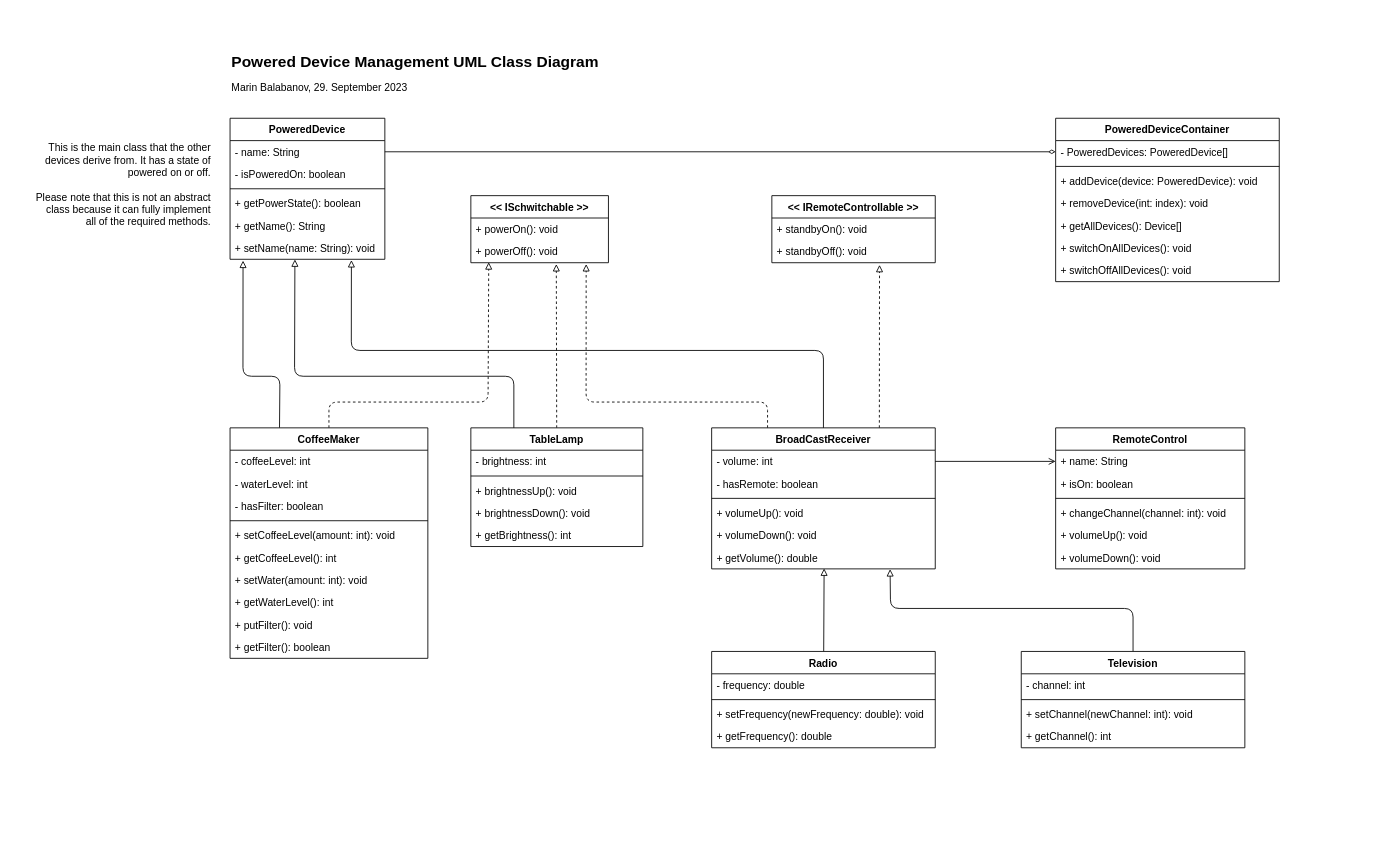
Earlier version of the draw.io diagram DevicesUML.drawio (mbalabanov/Devices). Source tidied: cells renumbered, new cells numbered last; positions are measured from the earlier drawing's top-left corner, leaving out a move shared by most shapes. Both pictures are drawn from the tidied source at 86%, with x=0, y=0 at pixel (15, 49).
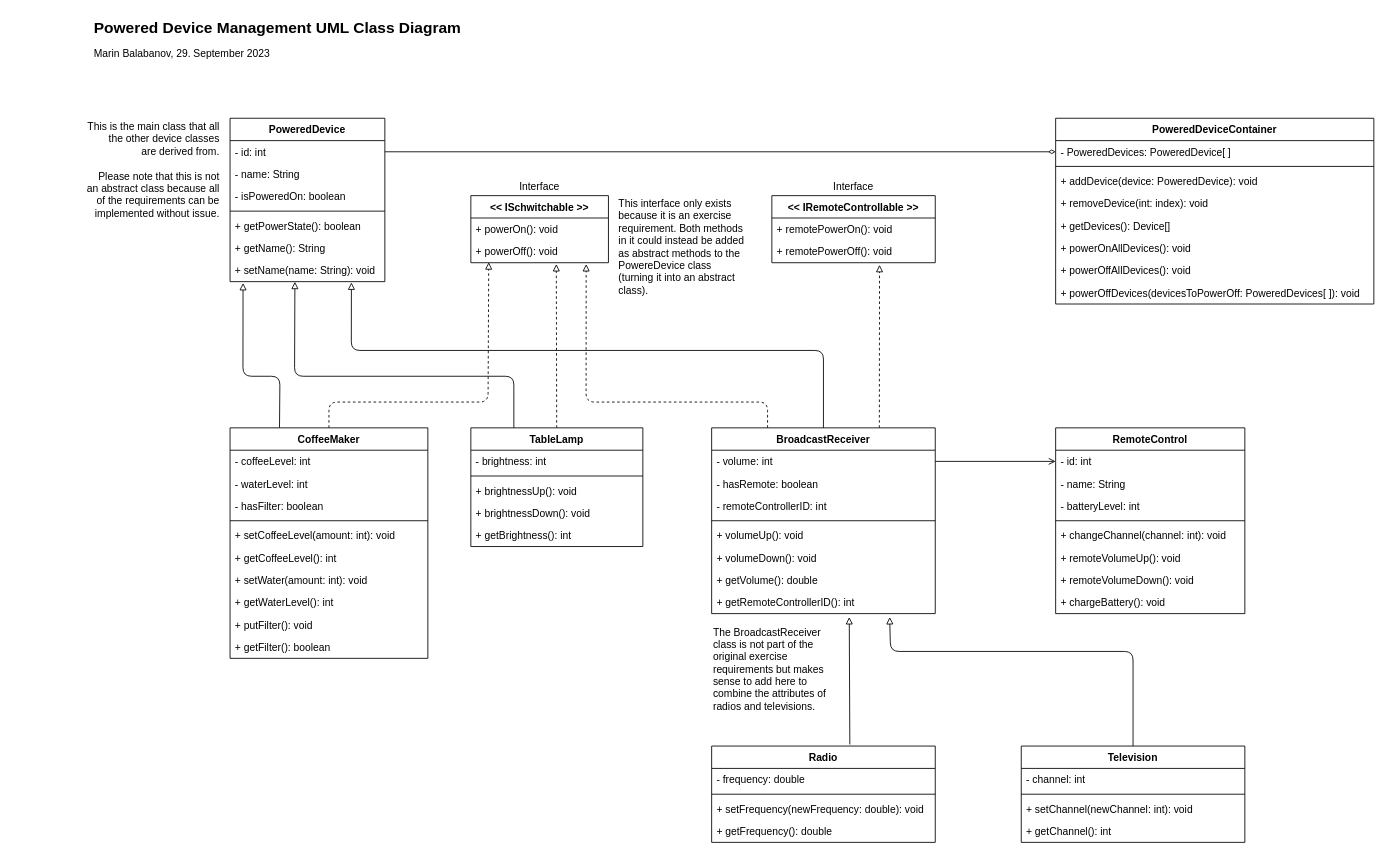
The same diagram, later.

The change refers to these unchanged cells:
```xml
<mxCell id="31" value="- volume: int" style="text;strokeColor=none;fillColor=none;align=left;verticalAlign=top;spacingLeft=4;spacingRight=4;overflow=hidden;points=[[0,0.5],[1,0.5]];portConstraint=eastwest;" parent="30" vertex="1">
  <mxGeometry y="26" width="260" height="26" as="geometry" />
</mxCell>
<mxCell id="60" value="&lt;&lt; IRemoteControllable &gt;&gt;" style="swimlane;fontStyle=1;align=center;verticalAlign=top;horizontal=1;startSize=26;" parent="1" vertex="1">
  <mxGeometry x="880" y="170" width="190" height="78" as="geometry" />
</mxCell>
```

Diff of the diagram source:
```diff
@@
     <mxCell id="2" value="PoweredDevice" style="swimlane;fontStyle=1;align=center;verticalAlign=top;horizontal=1;startSize=26;" parent="1" vertex="1">
-      <mxGeometry x="250" y="80" width="180" height="164" as="geometry" />
+      <mxGeometry x="250" y="80" width="180" height="190" as="geometry" />
     </mxCell>
+    <mxCell id="78" value="- id: int" style="text;strokeColor=none;fillColor=none;align=left;verticalAlign=top;spacingLeft=4;spacingRight=4;overflow=hidden;points=[[0,0.5],[1,0.5]];portConstraint=eastwest;" parent="2" vertex="1">
+      <mxGeometry y="26" width="180" height="26" as="geometry" />
+    </mxCell>
     <mxCell id="3" value="- name: String" style="text;strokeColor=none;fillColor=none;align=left;verticalAlign=top;spacingLeft=4;spacingRight=4;overflow=hidden;points=[[0,0.5],[1,0.5]];portConstraint=eastwest;" parent="2" vertex="1">
-      <mxGeometry y="26" width="180" height="26" as="geometry" />
+      <mxGeometry y="52" width="180" height="26" as="geometry" />
     </mxCell>
     <mxCell id="4" value="- isPoweredOn: boolean" style="text;strokeColor=none;fillColor=none;align=left;verticalAlign=top;spacingLeft=4;spacingRight=4;overflow=hidden;" parent="2" vertex="1">
-      <mxGeometry y="52" width="180" height="26" as="geometry" />
+      <mxGeometry y="78" width="180" height="26" as="geometry" />
     </mxCell>
     <mxCell id="5" style="line;strokeWidth=1;fillColor=none;align=left;verticalAlign=middle;spacingTop=-1;spacingLeft=3;spacingRight=3;labelPosition=right;strokeColor=inherit;" parent="2" vertex="1">
-      <mxGeometry y="78" width="180" height="8" as="geometry" />
+      <mxGeometry y="104" width="180" height="8" as="geometry" />
     </mxCell>
     <mxCell id="6" value="+ getPowerState(): boolean" style="text;strokeColor=none;fillColor=none;align=left;verticalAlign=top;spacingLeft=4;spacingRight=4;overflow=hidden;" parent="2" vertex="1">
-      <mxGeometry y="86" width="180" height="26" as="geometry" />
+      <mxGeometry y="112" width="180" height="26" as="geometry" />
     </mxCell>
     <mxCell id="7" value="+ getName(): String" style="text;strokeColor=none;fillColor=none;align=left;verticalAlign=top;spacingLeft=4;spacingRight=4;overflow=hidden;" parent="2" vertex="1">
-      <mxGeometry y="112" width="180" height="26" as="geometry" />
+      <mxGeometry y="138" width="180" height="26" as="geometry" />
     </mxCell>
     <mxCell id="8" value="+ setName(name: String): void" style="text;strokeColor=none;fillColor=none;align=left;verticalAlign=top;spacingLeft=4;spacingRight=4;overflow=hidden;points=[[0,0.5],[1,0.5]];portConstraint=eastwest;" parent="2" vertex="1">
-      <mxGeometry y="138" width="180" height="26" as="geometry" />
+      <mxGeometry y="164" width="180" height="26" as="geometry" />
     </mxCell>
     <mxCell id="9" value="RemoteControl" style="swimlane;fontStyle=1;align=center;verticalAlign=top;horizontal=1;startSize=26;" parent="1" vertex="1">
-      <mxGeometry x="1210" y="440" width="220" height="164" as="geometry" />
+      <mxGeometry x="1210" y="440" width="220" height="216" as="geometry" />
     </mxCell>
+    <mxCell id="79" value="- id: int" style="text;strokeColor=none;fillColor=none;align=left;verticalAlign=top;spacingLeft=4;spacingRight=4;overflow=hidden;points=[[0,0.5],[1,0.5]];portConstraint=eastwest;" parent="9" vertex="1">
+      <mxGeometry y="26" width="220" height="26" as="geometry" />
+    </mxCell>
-    <mxCell id="10" value="+ name: String" style="text;strokeColor=none;fillColor=none;align=left;verticalAlign=top;spacingLeft=4;spacingRight=4;overflow=hidden;points=[[0,0.5],[1,0.5]];portConstraint=eastwest;" parent="9" vertex="1">
-      <mxGeometry y="26" width="220" height="26" as="geometry" />
+    <mxCell id="10" value="- name: String" style="text;strokeColor=none;fillColor=none;align=left;verticalAlign=top;spacingLeft=4;spacingRight=4;overflow=hidden;points=[[0,0.5],[1,0.5]];portConstraint=eastwest;" parent="9" vertex="1">
+      <mxGeometry y="52" width="220" height="26" as="geometry" />
     </mxCell>
-    <mxCell id="11" value="+ isOn: boolean" style="text;strokeColor=none;fillColor=none;align=left;verticalAlign=top;spacingLeft=4;spacingRight=4;overflow=hidden;" parent="9" vertex="1">
-      <mxGeometry y="52" width="220" height="26" as="geometry" />
+    <mxCell id="11" value="- batteryLevel: int" style="text;strokeColor=none;fillColor=none;align=left;verticalAlign=top;spacingLeft=4;spacingRight=4;overflow=hidden;" parent="9" vertex="1">
+      <mxGeometry y="78" width="220" height="26" as="geometry" />
     </mxCell>
     <mxCell id="12" style="line;strokeWidth=1;fillColor=none;align=left;verticalAlign=middle;spacingTop=-1;spacingLeft=3;spacingRight=3;labelPosition=right;strokeColor=inherit;" parent="9" vertex="1">
-      <mxGeometry y="78" width="220" height="8" as="geometry" />
+      <mxGeometry y="104" width="220" height="8" as="geometry" />
     </mxCell>
     <mxCell id="13" value="+ changeChannel(channel: int): void" style="text;strokeColor=none;fillColor=none;align=left;verticalAlign=top;spacingLeft=4;spacingRight=4;overflow=hidden;" parent="9" vertex="1">
-      <mxGeometry y="86" width="220" height="26" as="geometry" />
+      <mxGeometry y="112" width="220" height="26" as="geometry" />
     </mxCell>
+    <mxCell id="80" value="+ remoteVolumeUp(): void" style="text;strokeColor=none;fillColor=none;align=left;verticalAlign=top;spacingLeft=4;spacingRight=4;overflow=hidden;" parent="9" vertex="1">
+      <mxGeometry y="138" width="220" height="26" as="geometry" />
+    </mxCell>
-    <mxCell id="14" value="+ volumeUp(): void" style="text;strokeColor=none;fillColor=none;align=left;verticalAlign=top;spacingLeft=4;spacingRight=4;overflow=hidden;" parent="9" vertex="1">
-      <mxGeometry y="112" width="220" height="26" as="geometry" />
+    <mxCell id="14" value="+ remoteVolumeDown(): void" style="text;strokeColor=none;fillColor=none;align=left;verticalAlign=top;spacingLeft=4;spacingRight=4;overflow=hidden;" parent="9" vertex="1">
+      <mxGeometry y="164" width="220" height="26" as="geometry" />
     </mxCell>
-    <mxCell id="15" value="+ volumeDown(): void" style="text;strokeColor=none;fillColor=none;align=left;verticalAlign=top;spacingLeft=4;spacingRight=4;overflow=hidden;" parent="9" vertex="1">
-      <mxGeometry y="138" width="220" height="26" as="geometry" />
+    <mxCell id="15" value="+ chargeBattery(): void" style="text;strokeColor=none;fillColor=none;align=left;verticalAlign=top;spacingLeft=4;spacingRight=4;overflow=hidden;" parent="9" vertex="1">
+      <mxGeometry y="190" width="220" height="26" as="geometry" />
     </mxCell>
-    <mxCell id="16" style="edgeStyle=none;html=1;entryX=0.503;entryY=0.98;entryDx=0;entryDy=0;entryPerimeter=0;endArrow=block;endFill=0;" parent="1" edge="1" source="17" target="36">
-      <mxGeometry relative="1" as="geometry" />
+    <mxCell id="16" style="edgeStyle=none;html=1;endArrow=block;endFill=0;exitX=0.618;exitY=-0.017;exitDx=0;exitDy=0;exitPerimeter=0;" parent="1" edge="1" source="17">
+      <mxGeometry relative="1" as="geometry">
+        <mxPoint x="970" y="660" as="targetPoint" />
+      </mxGeometry>
     </mxCell>
     <mxCell id="17" value="Radio" style="swimlane;fontStyle=1;align=center;verticalAlign=top;horizontal=1;startSize=26;" parent="1" vertex="1">
-      <mxGeometry x="810" y="700" width="260" height="112" as="geometry" />
+      <mxGeometry x="810" y="810" width="260" height="112" as="geometry" />
     </mxCell>
@@
-    <mxCell id="22" style="edgeStyle=none;html=1;entryX=0.798;entryY=1.011;entryDx=0;entryDy=0;entryPerimeter=0;endArrow=block;endFill=0;" parent="1" edge="1" source="23" target="36">
+    <mxCell id="22" style="edgeStyle=none;html=1;endArrow=block;endFill=0;" parent="1" edge="1" source="23">
       <mxGeometry relative="1" as="geometry">
+        <mxPoint x="1017" y="660" as="targetPoint" />
         <Array as="points">
-          <mxPoint x="1300" y="650" />
-          <mxPoint x="1018" y="650" />
+          <mxPoint x="1300" y="700" />
+          <mxPoint x="1018" y="700" />
         </Array>
       </mxGeometry>
     </mxCell>
     <mxCell id="23" value="Television" style="swimlane;fontStyle=1;align=center;verticalAlign=top;horizontal=1;startSize=26;" parent="1" vertex="1">
-      <mxGeometry x="1170" y="700" width="260" height="112" as="geometry" />
+      <mxGeometry x="1170" y="810" width="260" height="112" as="geometry" />
     </mxCell>
@@
-    <mxCell id="30" value="BroadCastReceiver" style="swimlane;fontStyle=1;align=center;verticalAlign=top;horizontal=1;startSize=26;" parent="1" vertex="1">
-      <mxGeometry x="810" y="440" width="260" height="164" as="geometry" />
+    <mxCell id="30" value="BroadcastReceiver" style="swimlane;fontStyle=1;align=center;verticalAlign=top;horizontal=1;startSize=26;" parent="1" vertex="1">
+      <mxGeometry x="810" y="440" width="260" height="216" as="geometry" />
     </mxCell>
@@
+    <mxCell id="81" value="- remoteControllerID: int" style="text;strokeColor=none;fillColor=none;align=left;verticalAlign=top;spacingLeft=4;spacingRight=4;overflow=hidden;" parent="30" vertex="1">
+      <mxGeometry y="78" width="260" height="26" as="geometry" />
+    </mxCell>
     <mxCell id="33" style="line;strokeWidth=1;fillColor=none;align=left;verticalAlign=middle;spacingTop=-1;spacingLeft=3;spacingRight=3;labelPosition=right;strokeColor=inherit;" parent="30" vertex="1">
-      <mxGeometry y="78" width="260" height="8" as="geometry" />
+      <mxGeometry y="104" width="260" height="8" as="geometry" />
     </mxCell>
     <mxCell id="34" value="+ volumeUp(): void" style="text;strokeColor=none;fillColor=none;align=left;verticalAlign=top;spacingLeft=4;spacingRight=4;overflow=hidden;" parent="30" vertex="1">
-      <mxGeometry y="86" width="260" height="26" as="geometry" />
+      <mxGeometry y="112" width="260" height="26" as="geometry" />
     </mxCell>
     <mxCell id="35" value="+ volumeDown(): void" style="text;strokeColor=none;fillColor=none;align=left;verticalAlign=top;spacingLeft=4;spacingRight=4;overflow=hidden;" parent="30" vertex="1">
-      <mxGeometry y="112" width="260" height="26" as="geometry" />
+      <mxGeometry y="138" width="260" height="26" as="geometry" />
     </mxCell>
     <mxCell id="36" value="+ getVolume(): double" style="text;strokeColor=none;fillColor=none;align=left;verticalAlign=top;spacingLeft=4;spacingRight=4;overflow=hidden;points=[[0,0.5],[1,0.5]];portConstraint=eastwest;" parent="30" vertex="1">
-      <mxGeometry y="138" width="260" height="26" as="geometry" />
+      <mxGeometry y="164" width="260" height="26" as="geometry" />
     </mxCell>
+    <mxCell id="82" value="+ getRemoteControllerID(): int" style="text;strokeColor=none;fillColor=none;align=left;verticalAlign=top;spacingLeft=4;spacingRight=4;overflow=hidden;" parent="30" vertex="1">
+      <mxGeometry y="190" width="260" height="26" as="geometry" />
+    </mxCell>
@@
-    <mxCell id="61" value="+ standbyOn(): void" style="text;strokeColor=none;fillColor=none;align=left;verticalAlign=top;spacingLeft=4;spacingRight=4;overflow=hidden;" parent="60" vertex="1">
+    <mxCell id="61" value="+ remotePowerOn(): void" style="text;strokeColor=none;fillColor=none;align=left;verticalAlign=top;spacingLeft=4;spacingRight=4;overflow=hidden;" parent="60" vertex="1">
       <mxGeometry y="26" width="190" height="26" as="geometry" />
     </mxCell>
-    <mxCell id="62" value="+ standbyOff(): void" style="text;strokeColor=none;fillColor=none;align=left;verticalAlign=top;spacingLeft=4;spacingRight=4;overflow=hidden;points=[[0,0.5],[1,0.5]];portConstraint=eastwest;" parent="60" vertex="1">
+    <mxCell id="62" value="+ remotePowerOff(): void" style="text;strokeColor=none;fillColor=none;align=left;verticalAlign=top;spacingLeft=4;spacingRight=4;overflow=hidden;points=[[0,0.5],[1,0.5]];portConstraint=eastwest;" parent="60" vertex="1">
       <mxGeometry y="52" width="190" height="26" as="geometry" />
     </mxCell>
     <mxCell id="63" value="PoweredDeviceContainer" style="swimlane;fontStyle=1;align=center;verticalAlign=top;horizontal=1;startSize=26;" parent="1" vertex="1">
-      <mxGeometry x="1210" y="80" width="260" height="190" as="geometry" />
+      <mxGeometry x="1210" y="80" width="370" height="216" as="geometry" />
     </mxCell>
-    <mxCell id="64" value="- PoweredDevices: PoweredDevice[]" style="text;strokeColor=none;fillColor=none;align=left;verticalAlign=top;spacingLeft=4;spacingRight=4;overflow=hidden;points=[[0,0.5],[1,0.5]];portConstraint=eastwest;" parent="63" vertex="1">
-      <mxGeometry y="26" width="260" height="26" as="geometry" />
+    <mxCell id="64" value="- PoweredDevices: PoweredDevice[ ]" style="text;strokeColor=none;fillColor=none;align=left;verticalAlign=top;spacingLeft=4;spacingRight=4;overflow=hidden;points=[[0,0.5],[1,0.5]];portConstraint=eastwest;" parent="63" vertex="1">
+      <mxGeometry y="26" width="370" height="26" as="geometry" />
     </mxCell>
     <mxCell id="65" style="line;strokeWidth=1;fillColor=none;align=left;verticalAlign=middle;spacingTop=-1;spacingLeft=3;spacingRight=3;labelPosition=right;strokeColor=inherit;" parent="63" vertex="1">
-      <mxGeometry y="52" width="260" height="8" as="geometry" />
+      <mxGeometry y="52" width="370" height="8" as="geometry" />
     </mxCell>
     <mxCell id="66" value="+ addDevice(device: PoweredDevice): void" style="text;strokeColor=none;fillColor=none;align=left;verticalAlign=top;spacingLeft=4;spacingRight=4;overflow=hidden;" parent="63" vertex="1">
-      <mxGeometry y="60" width="260" height="26" as="geometry" />
+      <mxGeometry y="60" width="370" height="26" as="geometry" />
     </mxCell>
     <mxCell id="67" value="+ removeDevice(int: index): void" style="text;strokeColor=none;fillColor=none;align=left;verticalAlign=top;spacingLeft=4;spacingRight=4;overflow=hidden;" parent="63" vertex="1">
-      <mxGeometry y="86" width="260" height="26" as="geometry" />
+      <mxGeometry y="86" width="370" height="26" as="geometry" />
     </mxCell>
-    <mxCell id="68" value="+ getAllDevices(): Device[]" style="text;strokeColor=none;fillColor=none;align=left;verticalAlign=top;spacingLeft=4;spacingRight=4;overflow=hidden;" parent="63" vertex="1">
-      <mxGeometry y="112" width="260" height="26" as="geometry" />
+    <mxCell id="68" value="+ getDevices(): Device[]" style="text;strokeColor=none;fillColor=none;align=left;verticalAlign=top;spacingLeft=4;spacingRight=4;overflow=hidden;" parent="63" vertex="1">
+      <mxGeometry y="112" width="370" height="26" as="geometry" />
     </mxCell>
-    <mxCell id="69" value="+ switchOnAllDevices(): void" style="text;strokeColor=none;fillColor=none;align=left;verticalAlign=top;spacingLeft=4;spacingRight=4;overflow=hidden;" parent="63" vertex="1">
-      <mxGeometry y="138" width="260" height="26" as="geometry" />
+    <mxCell id="69" value="+ powerOnAllDevices(): void" style="text;strokeColor=none;fillColor=none;align=left;verticalAlign=top;spacingLeft=4;spacingRight=4;overflow=hidden;" parent="63" vertex="1">
+      <mxGeometry y="138" width="370" height="26" as="geometry" />
     </mxCell>
-    <mxCell id="70" value="+ switchOffAllDevices(): void" style="text;strokeColor=none;fillColor=none;align=left;verticalAlign=top;spacingLeft=4;spacingRight=4;overflow=hidden;" parent="63" vertex="1">
-      <mxGeometry y="164" width="260" height="26" as="geometry" />
+    <mxCell id="70" value="+ powerOffAllDevices(): void" style="text;strokeColor=none;fillColor=none;align=left;verticalAlign=top;spacingLeft=4;spacingRight=4;overflow=hidden;" parent="63" vertex="1">
+      <mxGeometry y="164" width="370" height="26" as="geometry" />
     </mxCell>
+    <mxCell id="83" value="+ powerOffDevices(devicesToPowerOff: PoweredDevices[ ]): void" style="text;strokeColor=none;fillColor=none;align=left;verticalAlign=top;spacingLeft=4;spacingRight=4;overflow=hidden;" parent="63" vertex="1">
+      <mxGeometry y="190" width="370" height="26" as="geometry" />
+    </mxCell>
-    <mxCell id="71" style="edgeStyle=none;html=1;entryX=0;entryY=0.5;entryDx=0;entryDy=0;endArrow=diamondThin;endFill=0;exitX=1;exitY=0.5;exitDx=0;exitDy=0;" parent="1" edge="1" source="3" target="64">
+    <mxCell id="71" style="edgeStyle=none;html=1;entryX=0;entryY=0.5;entryDx=0;entryDy=0;endArrow=diamondThin;endFill=0;exitX=1;exitY=0.5;exitDx=0;exitDy=0;" parent="1" edge="1" source="78" target="64">
       <mxGeometry relative="1" as="geometry" />
     </mxCell>
@@
-    <mxCell id="74" style="edgeStyle=none;html=1;entryX=0;entryY=0.5;entryDx=0;entryDy=0;endArrow=open;endFill=0;" parent="1" edge="1" source="31" target="10">
+    <mxCell id="74" style="edgeStyle=none;html=1;entryX=0;entryY=0.5;entryDx=0;entryDy=0;endArrow=open;endFill=0;" parent="1" edge="1" source="31" target="79">
       <mxGeometry relative="1" as="geometry" />
     </mxCell>
     <mxCell id="75" value="Powered Device Management UML Class Diagram" style="text;html=1;strokeColor=none;fillColor=none;align=left;verticalAlign=middle;whiteSpace=wrap;rounded=0;fontStyle=1;fontSize=18;" parent="1" vertex="1">
-      <mxGeometry x="250" width="480" height="30" as="geometry" />
+      <mxGeometry x="90" y="-40" width="480" height="30" as="geometry" />
     </mxCell>
     <mxCell id="76" value="Marin Balabanov, 29. September 2023" style="text;html=1;strokeColor=none;fillColor=none;align=left;verticalAlign=middle;whiteSpace=wrap;rounded=0;" parent="1" vertex="1">
-      <mxGeometry x="250" y="30" width="230" height="30" as="geometry" />
+      <mxGeometry x="90" y="-10" width="230" height="30" as="geometry" />
     </mxCell>
-    <mxCell id="77" value="This is the main class that the other devices derive from. It has a state of&lt;br&gt;powered on or off.&lt;br&gt;&lt;br&gt;Please note that this is not an abstract&lt;br&gt;class because it can fully implement&lt;br&gt;all of the required methods." style="text;html=1;strokeColor=none;fillColor=none;align=right;verticalAlign=middle;whiteSpace=wrap;rounded=0;" parent="1" vertex="1">
-      <mxGeometry y="98" width="230" height="120" as="geometry" />
-    </mxCell>
+    <mxCell id="84" value="This is the main class that all&lt;br&gt;the other device classes&lt;br&gt;are derived from.&lt;br&gt;&lt;br&gt;Please note that this is not&lt;br&gt;an abstract class because all&lt;br&gt;of the requirements can be&lt;br&gt;implemented without issue." style="text;html=1;strokeColor=none;fillColor=none;align=right;verticalAlign=middle;whiteSpace=wrap;rounded=0;" parent="1" vertex="1">
+      <mxGeometry x="70" y="80" width="170" height="120" as="geometry" />
+    </mxCell>
+    <mxCell id="85" value="This interface only exists because it is an exercise requirement. Both methods in it could instead be added as abstract methods to the PowereDevice class (turning it into an abstract class)." style="text;html=1;strokeColor=none;fillColor=none;align=left;verticalAlign=middle;whiteSpace=wrap;rounded=0;" parent="1" vertex="1">
+      <mxGeometry x="700" y="170" width="150" height="120" as="geometry" />
+    </mxCell>
+    <mxCell id="86" value="Interface" style="text;html=1;strokeColor=none;fillColor=none;align=center;verticalAlign=middle;whiteSpace=wrap;rounded=0;" parent="1" vertex="1">
+      <mxGeometry x="530" y="150" width="160" height="20" as="geometry" />
+    </mxCell>
+    <mxCell id="87" value="Interface" style="text;html=1;strokeColor=none;fillColor=none;align=center;verticalAlign=middle;whiteSpace=wrap;rounded=0;" parent="1" vertex="1">
+      <mxGeometry x="880" y="150" width="190" height="20" as="geometry" />
+    </mxCell>
+    <mxCell id="88" value="The BroadcastReceiver class is not part of the original exercise requirements but makes sense to add here to combine the attributes of radios and televisions." style="text;html=1;strokeColor=none;fillColor=none;align=left;verticalAlign=middle;whiteSpace=wrap;rounded=0;" parent="1" vertex="1">
+      <mxGeometry x="810" y="665" width="150" height="112" as="geometry" />
+    </mxCell>
```
